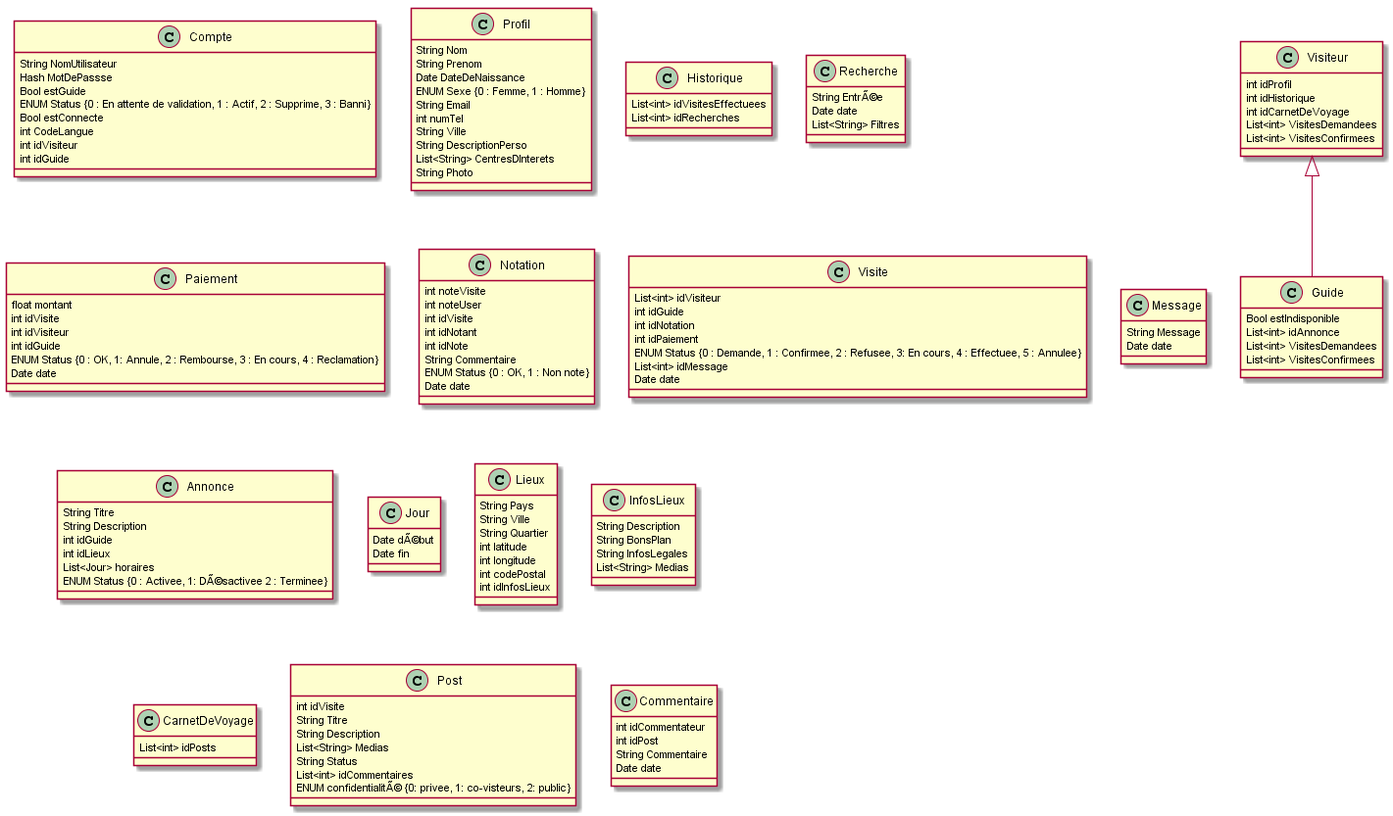
Before: Partie 8/model_databases.png, a diagram exported from PlantUML (jejeb32/aa2).
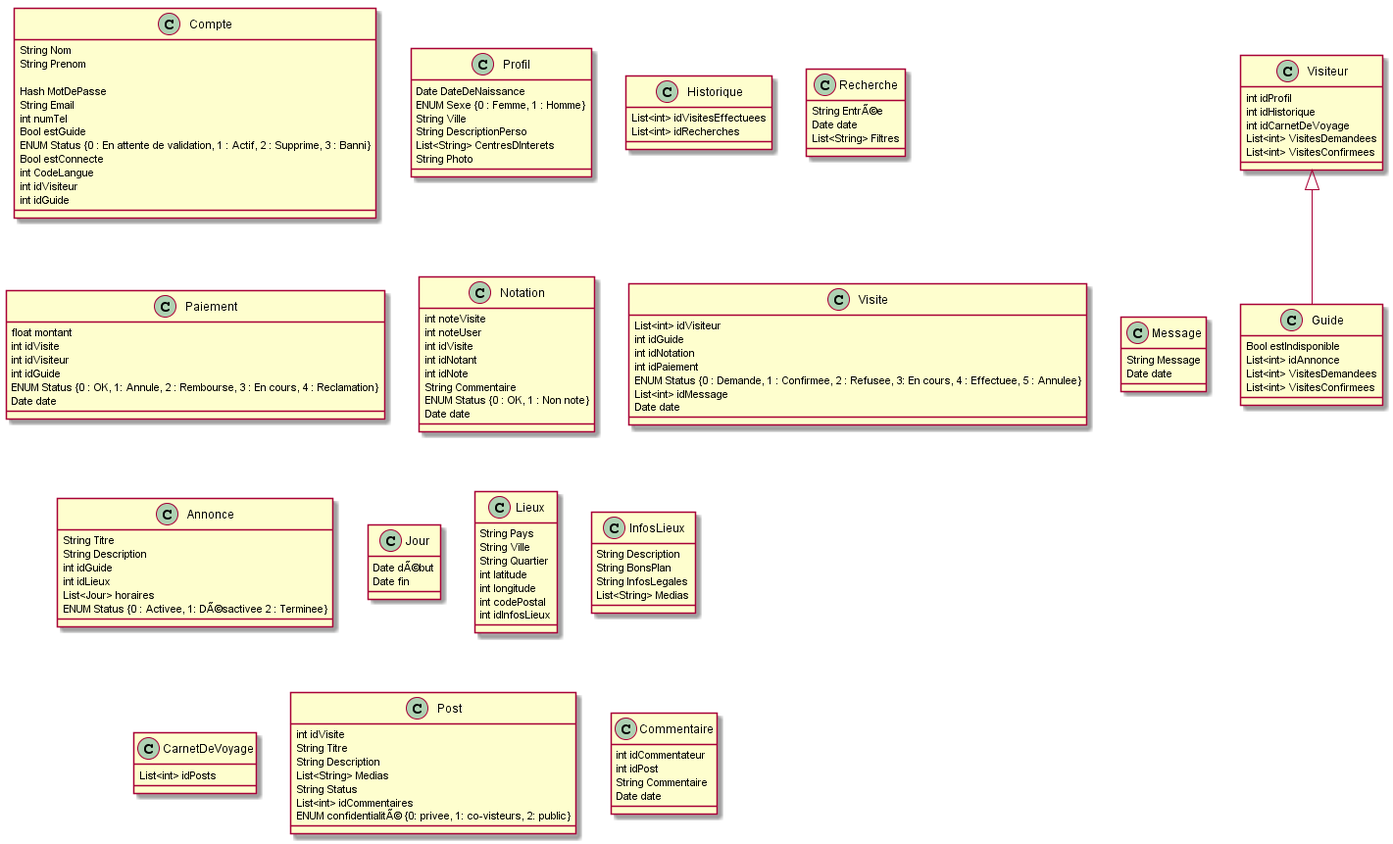
Above is the later version.

What changed in the source:
```diff
@@ -1,8 +1,11 @@
 @startuml
 
 class Compte {
-	String NomUtilisateur
-	Hash MotDePassse
+	String Nom
+	String Prenom
+	Hash MotDePasse
+	String Email
+	int numTel
 	Bool estGuide
 	ENUM Status {0 : En attente de validation, 1 : Actif, 2 : Supprime, 3 : Banni}
 	Bool estConnecte
@@ -12,12 +15,9 @@
 }
 
 class Profil {
-	String Nom
-	String Prenom
+
 	Date DateDeNaissance
 	ENUM Sexe {0 : Femme, 1 : Homme}
-	String Email
-	int numTel
 	String Ville
 	String DescriptionPerso
 	List<String> CentresDInterets
```
